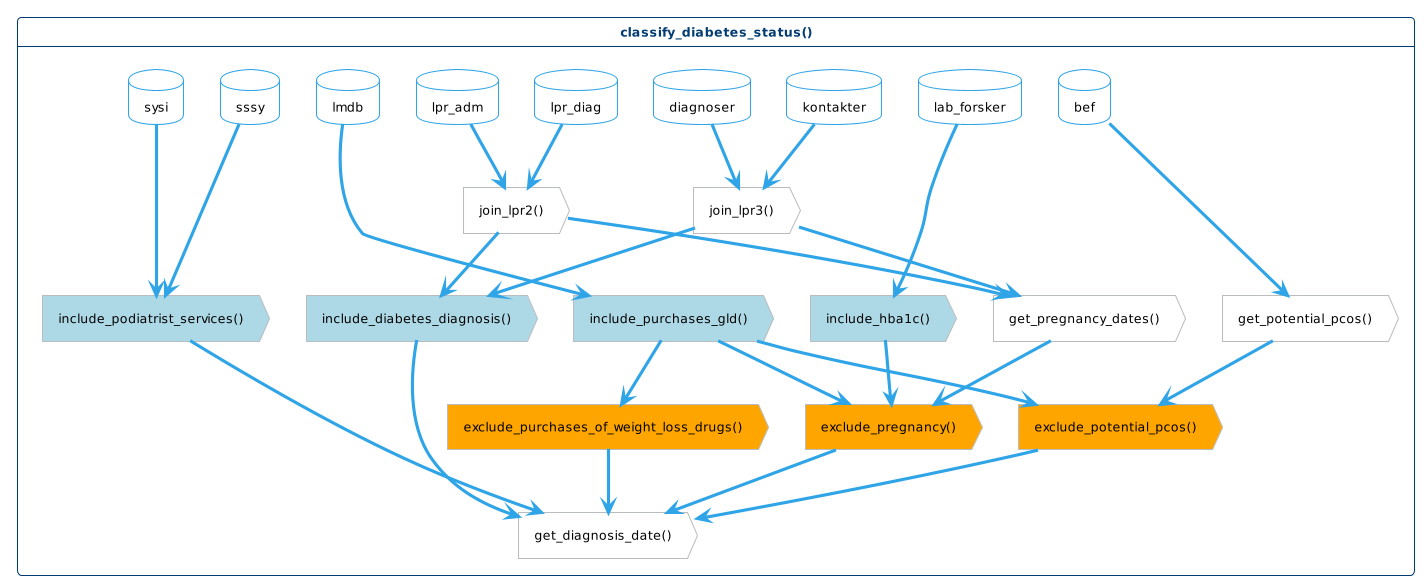
Earlier version of the PlantUML export vignettes/images/function-flow.png (steno-aarhus/osdc).
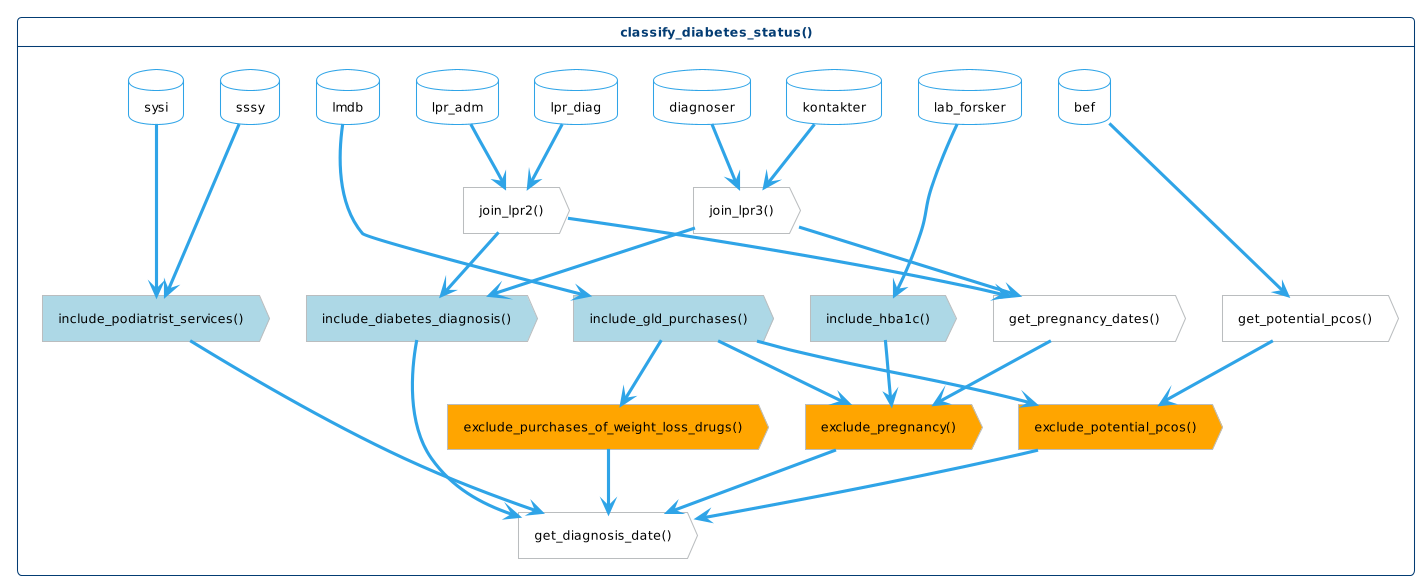
After the commit.

Commit message:
fix: name of gld purchases function to fit name in vignette

Diff of the diagram source:
```diff
@@ -47,7 +47,7 @@
         action "include_hba1c()" as in_hba1c <<inclusion>>
         action "include_diabetes_diagnosis()" as in_diagnosis <<inclusion>>
         action "include_podiatrist_services()" as in_podiatrist <<inclusion>>
-        action "include_purchases_gld()" as in_gld <<inclusion>>
+        action "include_gld_purchases()" as in_gld <<inclusion>>
     }
 
     lpr_diag --> lpr2
```
